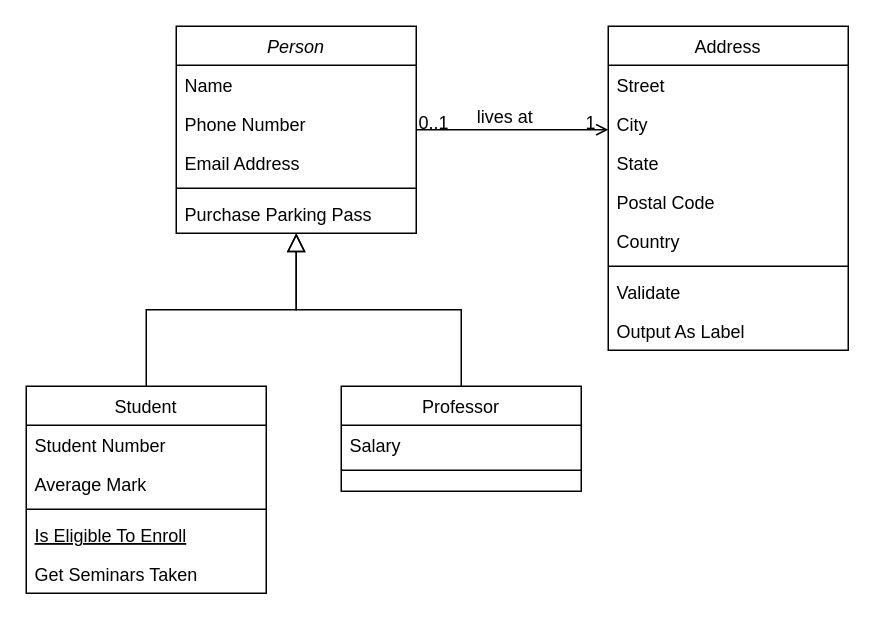
The draw.io diagram Untitled Diagram.drawio in ShiddeshwarKhandekar/LL3, before the edit. Source tidied: cells renumbered, new cells numbered last; positions are measured from the earlier drawing's top-left corner, leaving out a move shared by most shapes. Both pictures are drawn from the tidied source at 150%, with x=0, y=0 at pixel (26, 26).
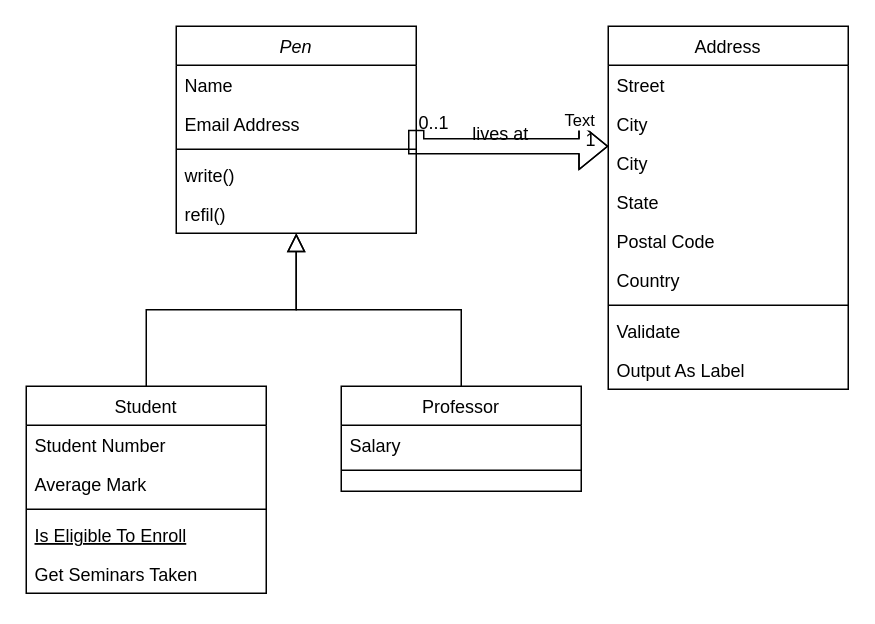
After the change.

Diff of the diagram source:
```diff
@@
-    <mxCell id="2" value="Person" style="swimlane;fontStyle=2;align=center;verticalAlign=top;horizontal=1;startSize=26;rounded=0;shadow=0;strokeWidth=1;" parent="1" vertex="1">
+    <mxCell id="2" value="Pen" style="swimlane;fontStyle=2;align=center;verticalAlign=top;horizontal=1;startSize=26;rounded=0;shadow=0;strokeWidth=1;" parent="1" vertex="1">
       <mxGeometry x="100" width="160" height="138" as="geometry" />
     </mxCell>
@@
-    <mxCell id="4" value="Phone Number" style="text;align=left;verticalAlign=top;spacingLeft=4;spacingRight=4;overflow=hidden;rounded=0;shadow=0;html=0;" parent="2" vertex="1">
-      <mxGeometry y="52" width="160" height="26" as="geometry" />
-    </mxCell>
     <mxCell id="5" value="Email Address" style="text;align=left;verticalAlign=top;spacingLeft=4;spacingRight=4;overflow=hidden;rounded=0;shadow=0;html=0;" parent="2" vertex="1">
-      <mxGeometry y="78" width="160" height="26" as="geometry" />
+      <mxGeometry y="52" width="160" height="26" as="geometry" />
     </mxCell>
     <mxCell id="6" style="line;html=1;strokeWidth=1;align=left;verticalAlign=middle;spacingTop=-1;spacingLeft=3;spacingRight=3;labelPosition=right;" parent="2" vertex="1">
-      <mxGeometry y="104" width="160" height="8" as="geometry" />
+      <mxGeometry y="78" width="160" height="8" as="geometry" />
     </mxCell>
-    <mxCell id="7" value="Purchase Parking Pass" style="text;align=left;verticalAlign=top;spacingLeft=4;spacingRight=4;overflow=hidden;" parent="2" vertex="1">
-      <mxGeometry y="112" width="160" height="26" as="geometry" />
+    <mxCell id="7" value="write()" style="text;align=left;verticalAlign=top;spacingLeft=4;spacingRight=4;overflow=hidden;" parent="2" vertex="1">
+      <mxGeometry y="86" width="160" height="26" as="geometry" />
     </mxCell>
+    <mxCell id="32" value="refil()" style="text;align=left;verticalAlign=top;spacingLeft=4;spacingRight=4;overflow=hidden;" parent="2" vertex="1">
+      <mxGeometry y="112" width="160" height="26" as="geometry" />
+    </mxCell>
@@
     <mxCell id="19" value="Address" style="swimlane;fontStyle=0;align=center;verticalAlign=top;horizontal=1;startSize=26;rounded=0;shadow=0;strokeWidth=1;" parent="1" vertex="1">
-      <mxGeometry x="388" width="160" height="216" as="geometry" />
+      <mxGeometry x="388" width="160" height="242" as="geometry" />
     </mxCell>
@@
+    <mxCell id="33" value="City" style="text;align=left;verticalAlign=top;spacingLeft=4;spacingRight=4;overflow=hidden;rounded=0;shadow=0;html=0;" parent="19" vertex="1">
+      <mxGeometry y="52" width="160" height="26" as="geometry" />
+    </mxCell>
     <mxCell id="21" value="City" style="text;align=left;verticalAlign=top;spacingLeft=4;spacingRight=4;overflow=hidden;rounded=0;shadow=0;html=0;" parent="19" vertex="1">
-      <mxGeometry y="52" width="160" height="26" as="geometry" />
+      <mxGeometry y="78" width="160" height="26" as="geometry" />
     </mxCell>
     <mxCell id="22" value="State" style="text;align=left;verticalAlign=top;spacingLeft=4;spacingRight=4;overflow=hidden;rounded=0;shadow=0;html=0;" parent="19" vertex="1">
-      <mxGeometry y="78" width="160" height="26" as="geometry" />
+      <mxGeometry y="104" width="160" height="26" as="geometry" />
     </mxCell>
     <mxCell id="23" value="Postal Code" style="text;align=left;verticalAlign=top;spacingLeft=4;spacingRight=4;overflow=hidden;rounded=0;shadow=0;html=0;" parent="19" vertex="1">
-      <mxGeometry y="104" width="160" height="26" as="geometry" />
+      <mxGeometry y="130" width="160" height="26" as="geometry" />
     </mxCell>
     <mxCell id="24" value="Country" style="text;align=left;verticalAlign=top;spacingLeft=4;spacingRight=4;overflow=hidden;rounded=0;shadow=0;html=0;" parent="19" vertex="1">
-      <mxGeometry y="130" width="160" height="26" as="geometry" />
+      <mxGeometry y="156" width="160" height="26" as="geometry" />
     </mxCell>
     <mxCell id="25" style="line;html=1;strokeWidth=1;align=left;verticalAlign=middle;spacingTop=-1;spacingLeft=3;spacingRight=3;labelPosition=right;" parent="19" vertex="1">
-      <mxGeometry y="156" width="160" height="8" as="geometry" />
+      <mxGeometry y="182" width="160" height="8" as="geometry" />
     </mxCell>
     <mxCell id="26" value="Validate" style="text;align=left;verticalAlign=top;spacingLeft=4;spacingRight=4;overflow=hidden;" parent="19" vertex="1">
-      <mxGeometry y="164" width="160" height="26" as="geometry" />
+      <mxGeometry y="190" width="160" height="26" as="geometry" />
     </mxCell>
     <mxCell id="27" value="Output As Label" style="text;align=left;verticalAlign=top;spacingLeft=4;spacingRight=4;overflow=hidden;" parent="19" vertex="1">
-      <mxGeometry y="190" width="160" height="26" as="geometry" />
+      <mxGeometry y="216" width="160" height="26" as="geometry" />
     </mxCell>
-    <mxCell id="28" style="endArrow=open;shadow=0;strokeWidth=1;rounded=0;curved=0;endFill=1;edgeStyle=elbowEdgeStyle;elbow=vertical;" parent="1" edge="1" source="2" target="19">
+    <mxCell id="28" style="endArrow=open;shadow=0;strokeWidth=1;rounded=0;curved=0;endFill=1;edgeStyle=elbowEdgeStyle;elbow=vertical;shape=flexArrow;" parent="1" edge="1" target="19">
       <mxGeometry x="0.5" y="41" relative="1" as="geometry">
+        <mxPoint x="260" y="69" as="sourcePoint" />
+        <Array as="points">
+          <mxPoint x="324" y="80" />
+        </Array>
         <mxPoint x="-40" y="32" as="offset" />
       </mxGeometry>
     </mxCell>
@@
+    <mxCell id="34" value="Text" style="edgeLabel;html=1;align=center;verticalAlign=middle;" parent="28" vertex="1">
+      <mxGeometry x="0.71" y="18" relative="1" as="geometry" />
+    </mxCell>
```
